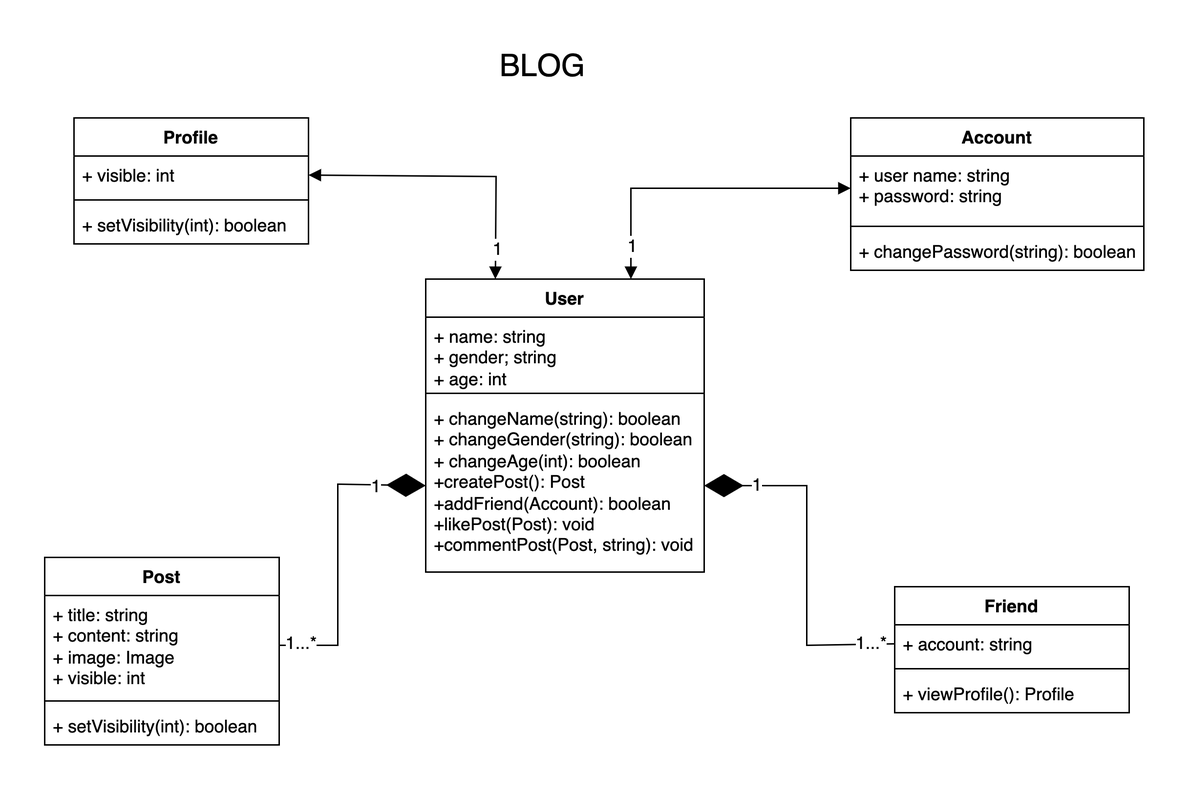
The draw.io diagram blog.drawio.png in lozia/RunningBalance, before a commit. Source tidied: cells renumbered, new cells last; positions are measured from the earlier drawing's top-left corner, leaving out a move shared by most shapes.
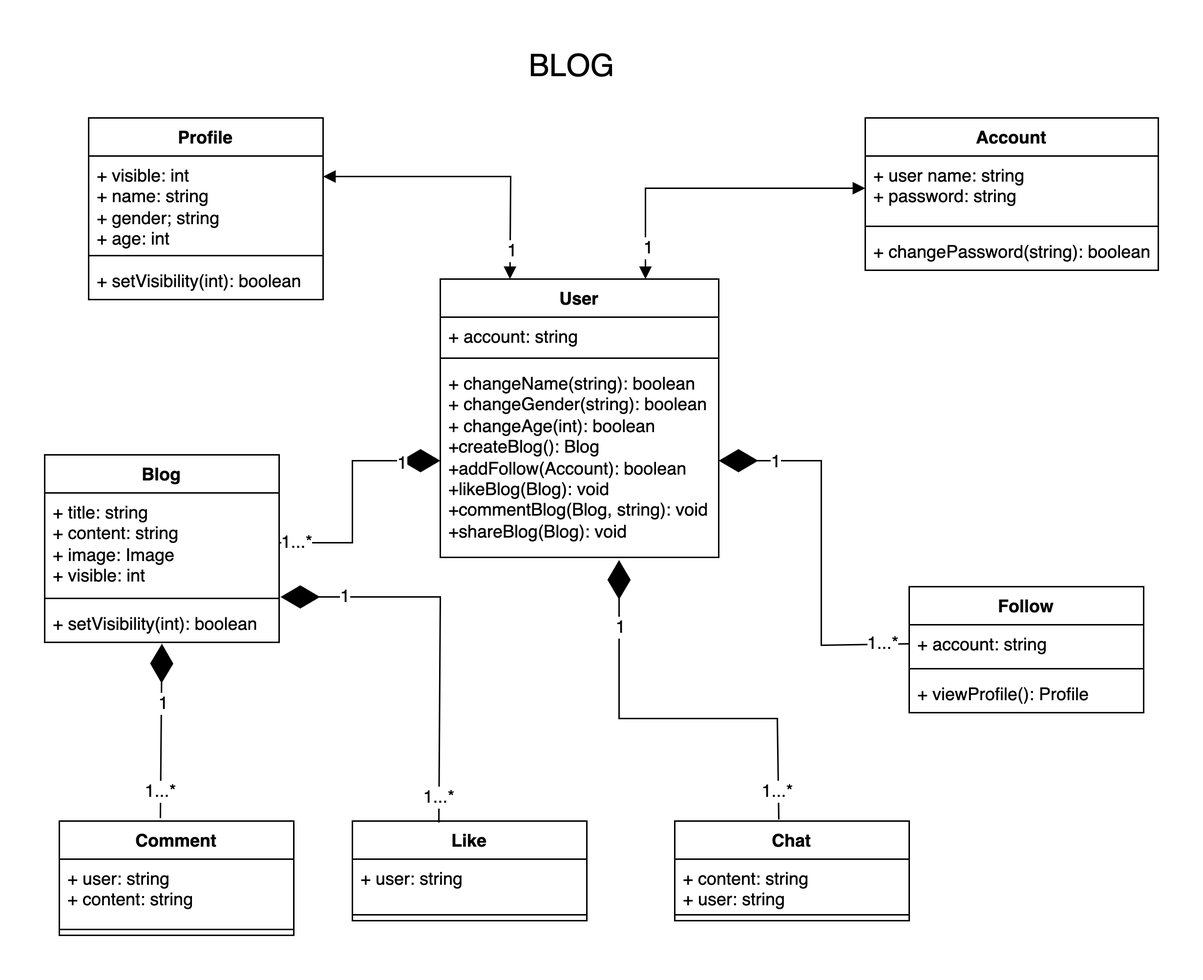
The same file after the commit.

The edit, as a diff of the source:
```diff
@@ -3,10 +3,10 @@
     <mxCell id="0" />
     <mxCell id="1" parent="0" />
     <mxCell id="2" value="&lt;font style=&quot;font-size: 21px;&quot;&gt;BLOG&lt;/font&gt;" style="text;html=1;strokeColor=none;fillColor=none;align=center;verticalAlign=middle;whiteSpace=wrap;rounded=0;" parent="1" vertex="1">
-      <mxGeometry x="310" width="60" height="30" as="geometry" />
+      <mxGeometry x="320" width="60" height="30" as="geometry" />
     </mxCell>
-    <mxCell id="3" value="Post" style="swimlane;fontStyle=1;align=center;verticalAlign=top;horizontal=1;startSize=26;whiteSpace=wrap;html=1;" parent="1" vertex="1">
-      <mxGeometry y="350" width="160" height="128" as="geometry" />
+    <mxCell id="3" value="Blog" style="swimlane;fontStyle=1;align=center;verticalAlign=top;horizontal=1;startSize=26;whiteSpace=wrap;html=1;" parent="1" vertex="1">
+      <mxGeometry x="-10" y="280" width="160" height="128" as="geometry" />
     </mxCell>
     <mxCell id="4" value="+ title: string&lt;br&gt;+ content: string&lt;br&gt;+ image: Image&lt;br&gt;+ visible: int" style="text;strokeColor=none;fillColor=none;align=left;verticalAlign=top;spacingLeft=4;spacingRight=4;overflow=hidden;points=[[0,0.5],[1,0.5]];portConstraint=eastwest;whiteSpace=wrap;html=1;" parent="3" vertex="1">
       <mxGeometry y="26" width="160" height="68" as="geometry" />
@@ -30,30 +30,30 @@
       <mxGeometry y="78" width="200" height="26" as="geometry" />
     </mxCell>
     <mxCell id="11" value="Profile" style="swimlane;fontStyle=1;align=center;verticalAlign=top;horizontal=1;startSize=26;whiteSpace=wrap;html=1;" parent="1" vertex="1">
-      <mxGeometry x="20" y="50" width="160" height="86" as="geometry" />
+      <mxGeometry x="20" y="50" width="160" height="124" as="geometry" />
     </mxCell>
-    <mxCell id="12" value="+ visible: int" style="text;strokeColor=none;fillColor=none;align=left;verticalAlign=top;spacingLeft=4;spacingRight=4;overflow=hidden;points=[[0,0.5],[1,0.5]];portConstraint=eastwest;whiteSpace=wrap;html=1;" parent="11" vertex="1">
-      <mxGeometry y="26" width="160" height="26" as="geometry" />
+    <mxCell id="12" value="+ visible: int&lt;br&gt;+ name: string&lt;br style=&quot;border-color: var(--border-color);&quot;&gt;+ gender; string&lt;br style=&quot;border-color: var(--border-color);&quot;&gt;+ age: int" style="text;strokeColor=none;fillColor=none;align=left;verticalAlign=top;spacingLeft=4;spacingRight=4;overflow=hidden;points=[[0,0.5],[1,0.5]];portConstraint=eastwest;whiteSpace=wrap;html=1;" parent="11" vertex="1">
+      <mxGeometry y="26" width="160" height="64" as="geometry" />
     </mxCell>
     <mxCell id="13" style="line;strokeWidth=1;fillColor=none;align=left;verticalAlign=middle;spacingTop=-1;spacingLeft=3;spacingRight=3;labelPosition=right;strokeColor=inherit;" parent="11" vertex="1">
-      <mxGeometry y="52" width="160" height="8" as="geometry" />
+      <mxGeometry y="90" width="160" height="8" as="geometry" />
     </mxCell>
     <mxCell id="14" value="+ setVisibility(int): boolean" style="text;strokeColor=none;fillColor=none;align=left;verticalAlign=top;spacingLeft=4;spacingRight=4;overflow=hidden;whiteSpace=wrap;html=1;" parent="11" vertex="1">
-      <mxGeometry y="60" width="160" height="26" as="geometry" />
+      <mxGeometry y="98" width="160" height="26" as="geometry" />
     </mxCell>
     <mxCell id="15" value="User" style="swimlane;fontStyle=1;align=center;verticalAlign=top;horizontal=1;startSize=26;whiteSpace=wrap;html=1;" parent="1" vertex="1">
-      <mxGeometry x="260" y="160" width="190" height="200" as="geometry" />
+      <mxGeometry x="260" y="160" width="190" height="190" as="geometry" />
     </mxCell>
-    <mxCell id="16" value="+ name: string&lt;br&gt;+ gender; string&lt;br&gt;+ age: int" style="text;strokeColor=none;fillColor=none;align=left;verticalAlign=top;spacingLeft=4;spacingRight=4;overflow=hidden;whiteSpace=wrap;html=1;" parent="15" vertex="1">
-      <mxGeometry y="26" width="190" height="48" as="geometry" />
+    <mxCell id="16" value="+ account: string" style="text;strokeColor=none;fillColor=none;align=left;verticalAlign=top;spacingLeft=4;spacingRight=4;overflow=hidden;whiteSpace=wrap;html=1;" parent="15" vertex="1">
+      <mxGeometry y="26" width="190" height="24" as="geometry" />
     </mxCell>
     <mxCell id="17" style="line;strokeWidth=1;fillColor=none;align=left;verticalAlign=middle;spacingTop=-1;spacingLeft=3;spacingRight=3;labelPosition=right;strokeColor=inherit;" parent="15" vertex="1">
-      <mxGeometry y="74" width="190" height="8" as="geometry" />
+      <mxGeometry y="50" width="190" height="8" as="geometry" />
     </mxCell>
-    <mxCell id="18" value="+ changeName(string): boolean&lt;br&gt;+ changeGender(string): boolean&lt;br&gt;+ changeAge(int): boolean&lt;br&gt;+createPost(): Post&lt;br&gt;+addFriend(Account): boolean&lt;br&gt;+likePost(Post): void&lt;br&gt;+commentPost(Post, string): void" style="text;strokeColor=none;fillColor=none;align=left;verticalAlign=top;spacingLeft=4;spacingRight=4;overflow=hidden;points=[[0,0.5],[1,0.5]];portConstraint=eastwest;whiteSpace=wrap;html=1;" parent="15" vertex="1">
-      <mxGeometry y="82" width="190" height="118" as="geometry" />
+    <mxCell id="18" value="+ changeName(string): boolean&lt;br&gt;+ changeGender(string): boolean&lt;br&gt;+ changeAge(int): boolean&lt;br&gt;+createBlog(): Blog&lt;br&gt;+addFollow(Account): boolean&lt;br&gt;+likeBlog(Blog): void&lt;br&gt;+commentBlog(Blog, string): void&lt;br&gt;+shareBlog(Blog): void" style="text;strokeColor=none;fillColor=none;align=left;verticalAlign=top;spacingLeft=4;spacingRight=4;overflow=hidden;points=[[0,0.5],[1,0.5]];portConstraint=eastwest;whiteSpace=wrap;html=1;" parent="15" vertex="1">
+      <mxGeometry y="58" width="190" height="132" as="geometry" />
     </mxCell>
-    <mxCell id="19" value="Friend" style="swimlane;fontStyle=1;align=center;verticalAlign=top;horizontal=1;startSize=26;whiteSpace=wrap;html=1;" parent="1" vertex="1">
+    <mxCell id="19" value="Follow" style="swimlane;fontStyle=1;align=center;verticalAlign=top;horizontal=1;startSize=26;whiteSpace=wrap;html=1;" parent="1" vertex="1">
       <mxGeometry x="580" y="370" width="160" height="86" as="geometry" />
     </mxCell>
     <mxCell id="20" value="+ account: string" style="text;strokeColor=none;fillColor=none;align=left;verticalAlign=top;spacingLeft=4;spacingRight=4;overflow=hidden;points=[[0,0.5],[1,0.5]];portConstraint=eastwest;whiteSpace=wrap;html=1;" parent="19" vertex="1">
@@ -68,8 +68,8 @@
     <mxCell id="23" style="endArrow=diamondThin;endFill=1;endSize=24;html=1;rounded=0;entryX=0;entryY=0.5;entryDx=0;entryDy=0;exitX=1;exitY=0.5;exitDx=0;exitDy=0;" parent="1" edge="1" source="4" target="18">
       <mxGeometry relative="1" as="geometry">
         <Array as="points">
-          <mxPoint x="200" y="410" />
-          <mxPoint x="200" y="300" />
+          <mxPoint x="200" y="340" />
+          <mxPoint x="200" y="284" />
         </Array>
       </mxGeometry>
     </mxCell>
@@ -83,7 +83,7 @@
       <mxGeometry relative="1" as="geometry">
         <Array as="points">
           <mxPoint x="520" y="410" />
-          <mxPoint x="520" y="301" />
+          <mxPoint x="520" y="284" />
         </Array>
       </mxGeometry>
     </mxCell>
@@ -93,7 +93,7 @@
     <mxCell id="28" value="1...*" style="edgeLabel;html=1;align=center;verticalAlign=middle;" parent="26" vertex="1">
       <mxGeometry x="-0.86" y="-1" relative="1" as="geometry" />
     </mxCell>
-    <mxCell id="29" style="endArrow=block;startArrow=block;endFill=1;startFill=1;html=1;rounded=0;exitX=1;exitY=0.5;exitDx=0;exitDy=0;entryX=0.25;entryY=0;entryDx=0;entryDy=0;" parent="1" edge="1" source="12" target="15">
+    <mxCell id="29" style="endArrow=block;startArrow=block;endFill=1;startFill=1;html=1;rounded=0;exitX=1;exitY=0.219;exitDx=0;exitDy=0;entryX=0.25;entryY=0;entryDx=0;entryDy=0;exitPerimeter=0;" parent="1" edge="1" source="12" target="15">
       <mxGeometry relative="1" as="geometry">
         <Array as="points">
           <mxPoint x="308" y="90" />
@@ -114,5 +114,72 @@
     <mxCell id="32" value="1" style="edgeLabel;html=1;align=center;verticalAlign=middle;" parent="31" vertex="1">
       <mxGeometry x="0.8" y="1" relative="1" as="geometry" />
     </mxCell>
+    <mxCell id="33" value="Comment" style="swimlane;fontStyle=1;align=center;verticalAlign=top;horizontal=1;startSize=26;whiteSpace=wrap;html=1;" parent="1" vertex="1">
+      <mxGeometry y="530" width="160" height="78" as="geometry" />
+    </mxCell>
+    <mxCell id="34" value="+ user: string&lt;br&gt;+ content: string" style="text;strokeColor=none;fillColor=none;align=left;verticalAlign=top;spacingLeft=4;spacingRight=4;overflow=hidden;whiteSpace=wrap;html=1;" parent="33" vertex="1">
+      <mxGeometry y="26" width="160" height="44" as="geometry" />
+    </mxCell>
+    <mxCell id="35" style="line;strokeWidth=1;fillColor=none;align=left;verticalAlign=middle;spacingTop=-1;spacingLeft=3;spacingRight=3;labelPosition=right;strokeColor=inherit;" parent="33" vertex="1">
+      <mxGeometry y="70" width="160" height="8" as="geometry" />
+    </mxCell>
+    <mxCell id="36" value="Like" style="swimlane;fontStyle=1;align=center;verticalAlign=top;horizontal=1;startSize=26;whiteSpace=wrap;html=1;" parent="1" vertex="1">
+      <mxGeometry x="200" y="530" width="160" height="68" as="geometry" />
+    </mxCell>
+    <mxCell id="37" value="+ user: string" style="text;strokeColor=none;fillColor=none;align=left;verticalAlign=top;spacingLeft=4;spacingRight=4;overflow=hidden;whiteSpace=wrap;html=1;" parent="36" vertex="1">
+      <mxGeometry y="26" width="160" height="34" as="geometry" />
+    </mxCell>
+    <mxCell id="38" style="line;strokeWidth=1;fillColor=none;align=left;verticalAlign=middle;spacingTop=-1;spacingLeft=3;spacingRight=3;labelPosition=right;strokeColor=inherit;" parent="36" vertex="1">
+      <mxGeometry y="60" width="160" height="8" as="geometry" />
+    </mxCell>
+    <mxCell id="39" style="endArrow=diamondThin;endFill=1;endSize=24;html=1;rounded=0;entryX=1.006;entryY=-0.192;entryDx=0;entryDy=0;entryPerimeter=0;exitX=0.369;exitY=0.015;exitDx=0;exitDy=0;exitPerimeter=0;" parent="1" edge="1" source="36" target="6">
+      <mxGeometry relative="1" as="geometry">
+        <Array as="points">
+          <mxPoint x="260" y="377" />
+        </Array>
+      </mxGeometry>
+    </mxCell>
+    <mxCell id="40" value="1" style="edgeLabel;html=1;align=center;verticalAlign=middle;" parent="39" vertex="1">
+      <mxGeometry x="0.67" y="-1" relative="1" as="geometry" />
+    </mxCell>
+    <mxCell id="41" value="1...*" style="edgeLabel;html=1;align=center;verticalAlign=middle;" parent="39" vertex="1">
+      <mxGeometry x="-0.87" y="1" relative="1" as="geometry" />
+    </mxCell>
+    <mxCell id="42" style="endArrow=diamondThin;endFill=1;endSize=24;html=1;rounded=0;entryX=0.5;entryY=1.038;entryDx=0;entryDy=0;entryPerimeter=0;exitX=0.431;exitY=-0.026;exitDx=0;exitDy=0;exitPerimeter=0;" parent="1" edge="1" source="33" target="6">
+      <mxGeometry relative="1" as="geometry" />
+    </mxCell>
+    <mxCell id="43" value="1" style="edgeLabel;html=1;align=center;verticalAlign=middle;" parent="42" vertex="1">
+      <mxGeometry x="0.67" y="-1" relative="1" as="geometry">
+        <mxPoint y="22" as="offset" />
+      </mxGeometry>
+    </mxCell>
+    <mxCell id="44" value="1...*" style="edgeLabel;html=1;align=center;verticalAlign=middle;" parent="42" vertex="1">
+      <mxGeometry x="-0.87" y="1" relative="1" as="geometry">
+        <mxPoint y="-10" as="offset" />
+      </mxGeometry>
+    </mxCell>
+    <mxCell id="45" value="Chat" style="swimlane;fontStyle=1;align=center;verticalAlign=top;horizontal=1;startSize=26;whiteSpace=wrap;html=1;" parent="1" vertex="1">
+      <mxGeometry x="420" y="530" width="160" height="68" as="geometry" />
+    </mxCell>
+    <mxCell id="46" value="+ content: string&lt;br&gt;+ user: string" style="text;strokeColor=none;fillColor=none;align=left;verticalAlign=top;spacingLeft=4;spacingRight=4;overflow=hidden;whiteSpace=wrap;html=1;" parent="45" vertex="1">
+      <mxGeometry y="26" width="160" height="34" as="geometry" />
+    </mxCell>
+    <mxCell id="47" style="line;strokeWidth=1;fillColor=none;align=left;verticalAlign=middle;spacingTop=-1;spacingLeft=3;spacingRight=3;labelPosition=right;strokeColor=inherit;" parent="45" vertex="1">
+      <mxGeometry y="60" width="160" height="8" as="geometry" />
+    </mxCell>
+    <mxCell id="48" style="endArrow=diamondThin;endFill=1;endSize=24;html=1;rounded=0;entryX=0.642;entryY=1.014;entryDx=0;entryDy=0;entryPerimeter=0;exitX=0.444;exitY=-0.015;exitDx=0;exitDy=0;exitPerimeter=0;" parent="1" edge="1" source="45" target="18">
+      <mxGeometry relative="1" as="geometry">
+        <Array as="points">
+          <mxPoint x="490" y="460" />
+          <mxPoint x="382" y="460" />
+        </Array>
+      </mxGeometry>
+    </mxCell>
+    <mxCell id="49" value="1" style="edgeLabel;html=1;align=center;verticalAlign=middle;" parent="48" vertex="1">
+      <mxGeometry x="0.67" y="-1" relative="1" as="geometry" />
+    </mxCell>
+    <mxCell id="50" value="1...*" style="edgeLabel;html=1;align=center;verticalAlign=middle;" parent="48" vertex="1">
+      <mxGeometry x="-0.87" y="1" relative="1" as="geometry" />
+    </mxCell>
   </root>
 </mxGraphModel>
```
